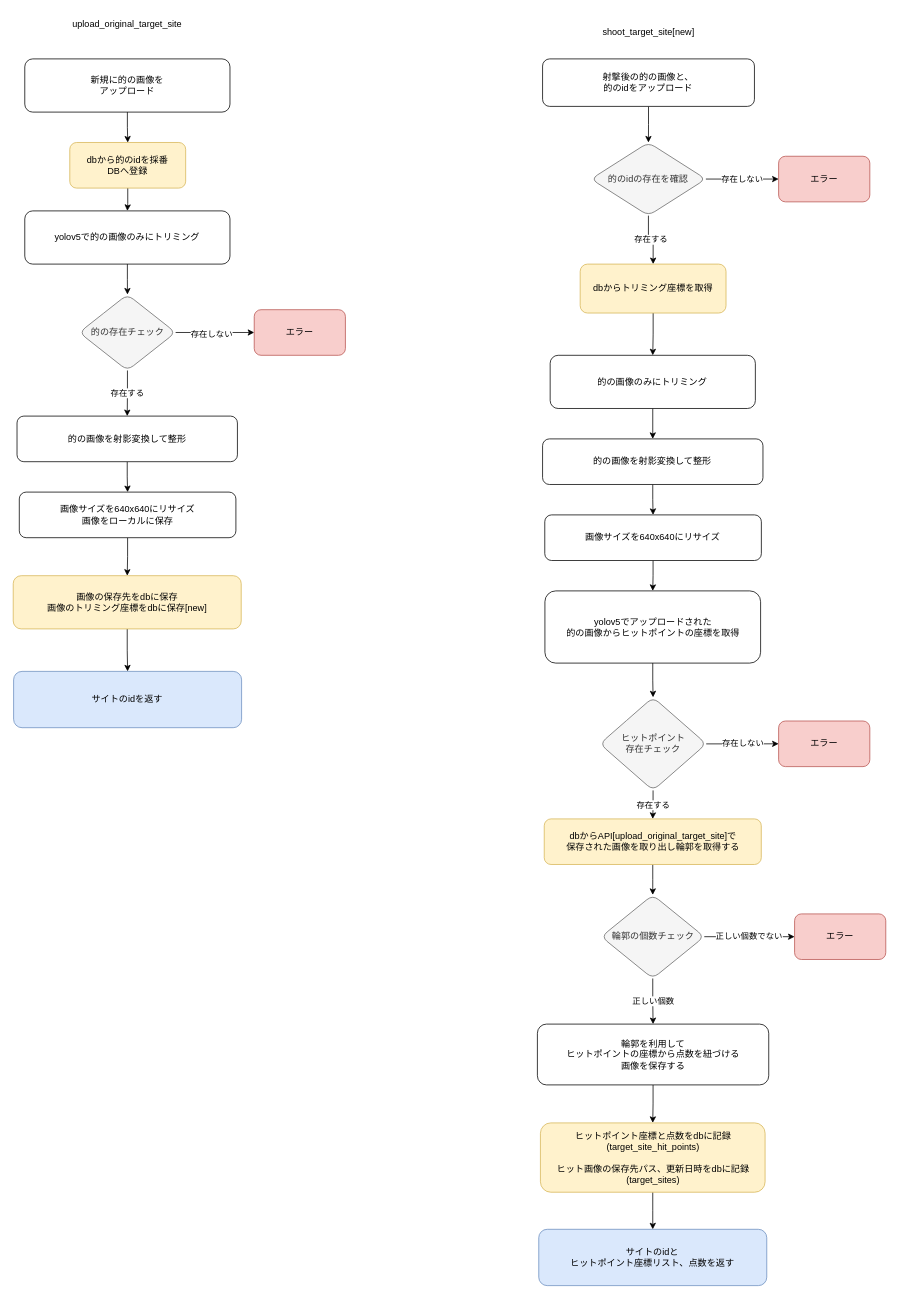
Earlier version of the draw.io diagram page "api-server flow ver2" (2 of 3) of ap2n-flow.drawio (GTech9971/ApocalypseNow). Source tidied: cells renumbered, new cells numbered last; positions are measured from the earlier drawing's top-left corner, leaving out a move shared by most shapes. Both pictures are drawn from the tidied source at 76%, with x=0, y=0 at pixel (13, 13).
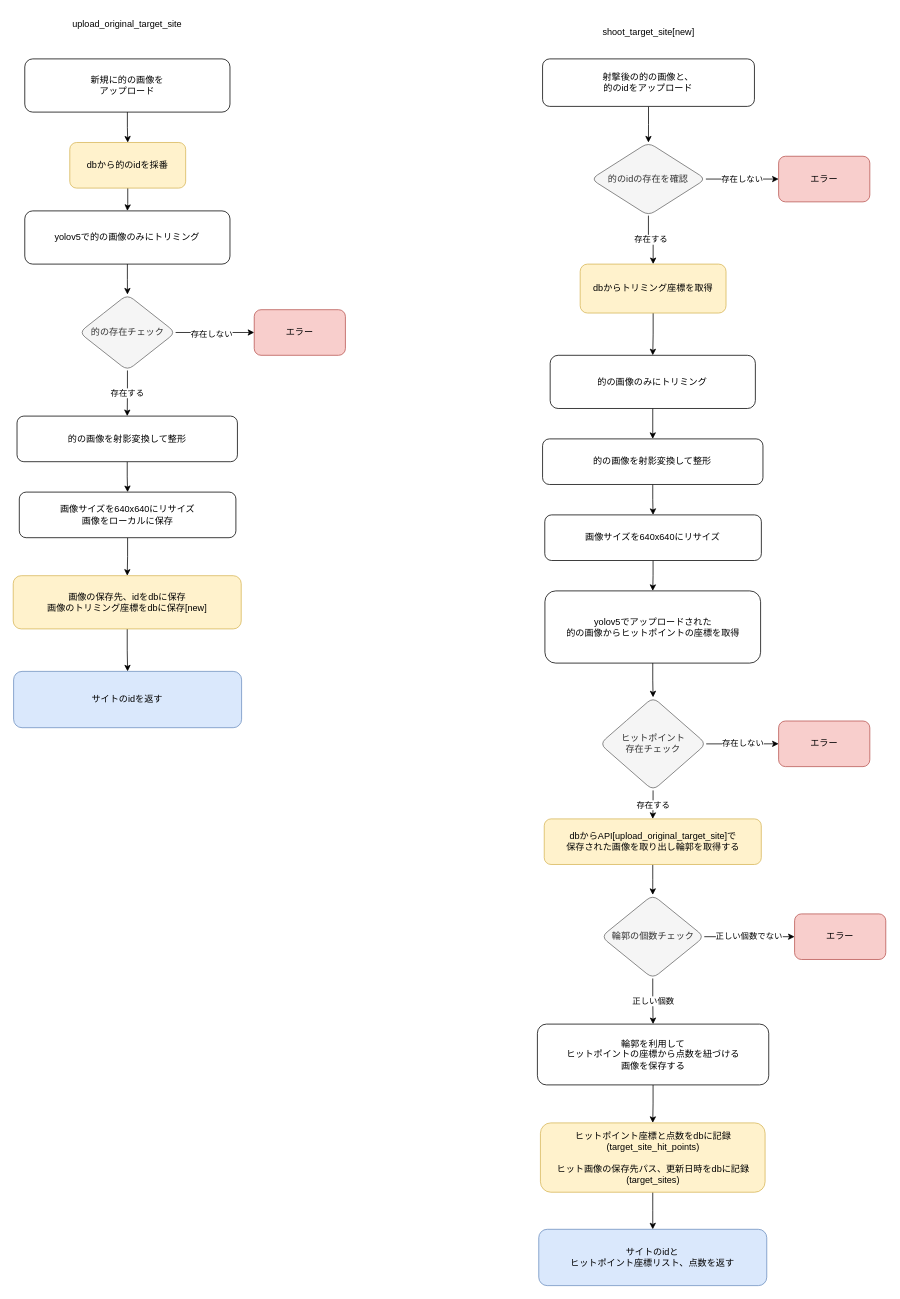
After the change.

What changed in the source:
```diff
@@
-    <mxCell id="9" value="dbから的のidを採番&lt;br&gt;DBへ登録" style="whiteSpace=wrap;html=1;rounded=1;glass=0;strokeWidth=1;shadow=0;fillColor=#fff2cc;strokeColor=#d6b656;" parent="1" vertex="1">
+    <mxCell id="9" value="dbから的のidを採番" style="whiteSpace=wrap;html=1;rounded=1;glass=0;strokeWidth=1;shadow=0;fillColor=#fff2cc;strokeColor=#d6b656;" parent="1" vertex="1">
       <mxGeometry x="74.3" y="170" width="152.5" height="60" as="geometry" />
     </mxCell>
@@
-    <mxCell id="11" value="画像の保存先をdbに保存&lt;br&gt;画像のトリミング座標をdbに保存[new]" style="whiteSpace=wrap;html=1;rounded=1;glass=0;strokeWidth=1;shadow=0;fillColor=#fff2cc;strokeColor=#d6b656;" parent="1" vertex="1">
+    <mxCell id="11" value="画像の保存先、idをdbに保存&lt;br&gt;画像のトリミング座標をdbに保存[new]" style="whiteSpace=wrap;html=1;rounded=1;glass=0;strokeWidth=1;shadow=0;fillColor=#fff2cc;strokeColor=#d6b656;" parent="1" vertex="1">
       <mxGeometry x="-0.1" y="740" width="300" height="70" as="geometry" />
     </mxCell>
```
